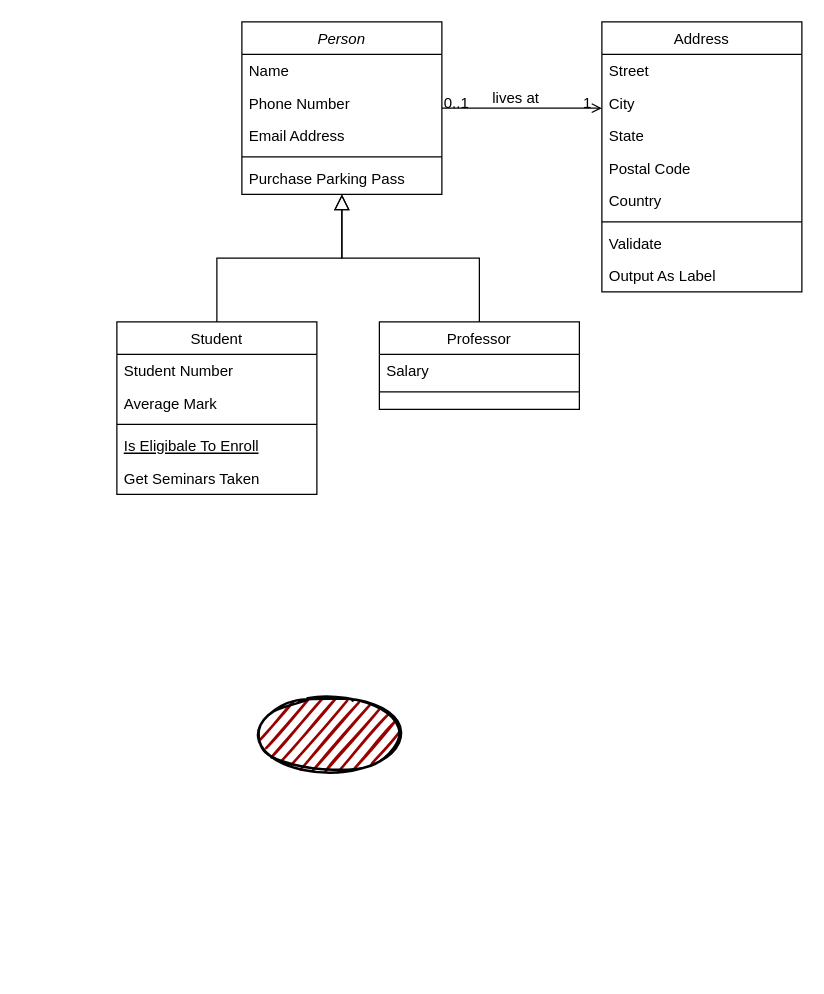
yxpoe2016/UniRxPractice keeps this draw.io diagram as Untitled Diagram.drawio. Above is the earlier version. Source tidied: cells renumbered, new cells numbered last; positions are measured from the earlier drawing's top-left corner, leaving out a move shared by most shapes. Both pictures are drawn from the tidied source at 125%, with x=0, y=0 at pixel (116, 21).
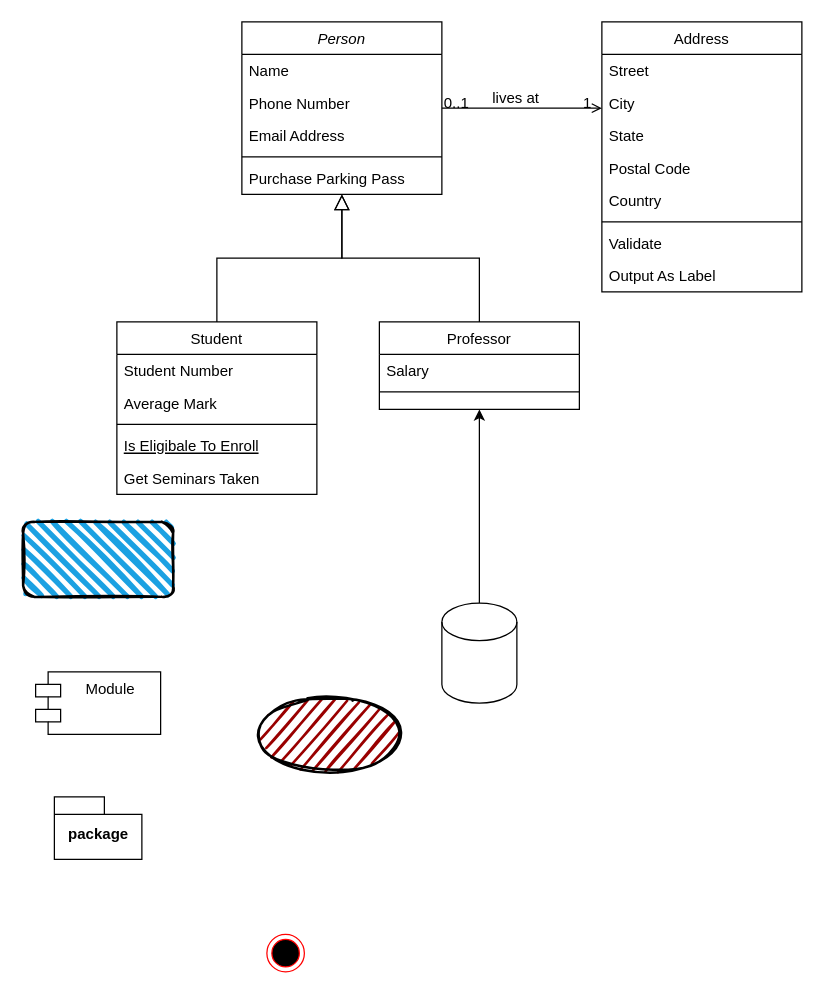
The same diagram, later.

Unchanged cells that the change refers to:
```xml
<mxCell id="15" value="Professor" style="swimlane;fontStyle=0;align=center;verticalAlign=top;horizontal=1;startSize=26;rounded=0;shadow=0;strokeWidth=1;" parent="1" vertex="1">
  <mxGeometry x="210" y="240" width="160" height="70" as="geometry" />
</mxCell>
```

Change to the diagram source:
```diff
@@
+    <mxCell id="33" style="edgeStyle=orthogonalEdgeStyle;rounded=0;jettySize=auto;html=1;entryX=0.5;entryY=1;entryDx=0;entryDy=0;" parent="1" edge="1" source="34" target="15">
+      <mxGeometry relative="1" as="geometry" />
+    </mxCell>
+    <mxCell id="34" style="shape=cylinder3;whiteSpace=wrap;html=1;boundedLbl=1;backgroundOutline=1;size=15;" parent="1" vertex="1">
+      <mxGeometry x="260" y="465" width="60" height="80" as="geometry" />
+    </mxCell>
+    <mxCell id="35" style="ellipse;html=1;shape=endState;fillColor=#000000;strokeColor=#ff0000;" parent="1" vertex="1">
+      <mxGeometry x="120" y="730" width="30" height="30" as="geometry" />
+    </mxCell>
+    <mxCell id="36" value="package" style="shape=folder;fontStyle=1;spacingTop=10;tabWidth=40;tabHeight=14;tabPosition=left;html=1;" parent="1" vertex="1">
+      <mxGeometry x="-50" y="620" width="70" height="50" as="geometry" />
+    </mxCell>
+    <mxCell id="37" value="Module" style="shape=module;align=left;spacingLeft=20;align=center;verticalAlign=top;" parent="1" vertex="1">
+      <mxGeometry x="-65" y="520" width="100" height="50" as="geometry" />
+    </mxCell>
+    <mxCell id="38" style="rounded=1;whiteSpace=wrap;html=1;strokeWidth=2;fillWeight=4;hachureGap=8;hachureAngle=45;fillColor=#1ba1e2;sketch=1;" parent="1" vertex="1">
+      <mxGeometry x="-75" y="400" width="120" height="60" as="geometry" />
+    </mxCell>
```
